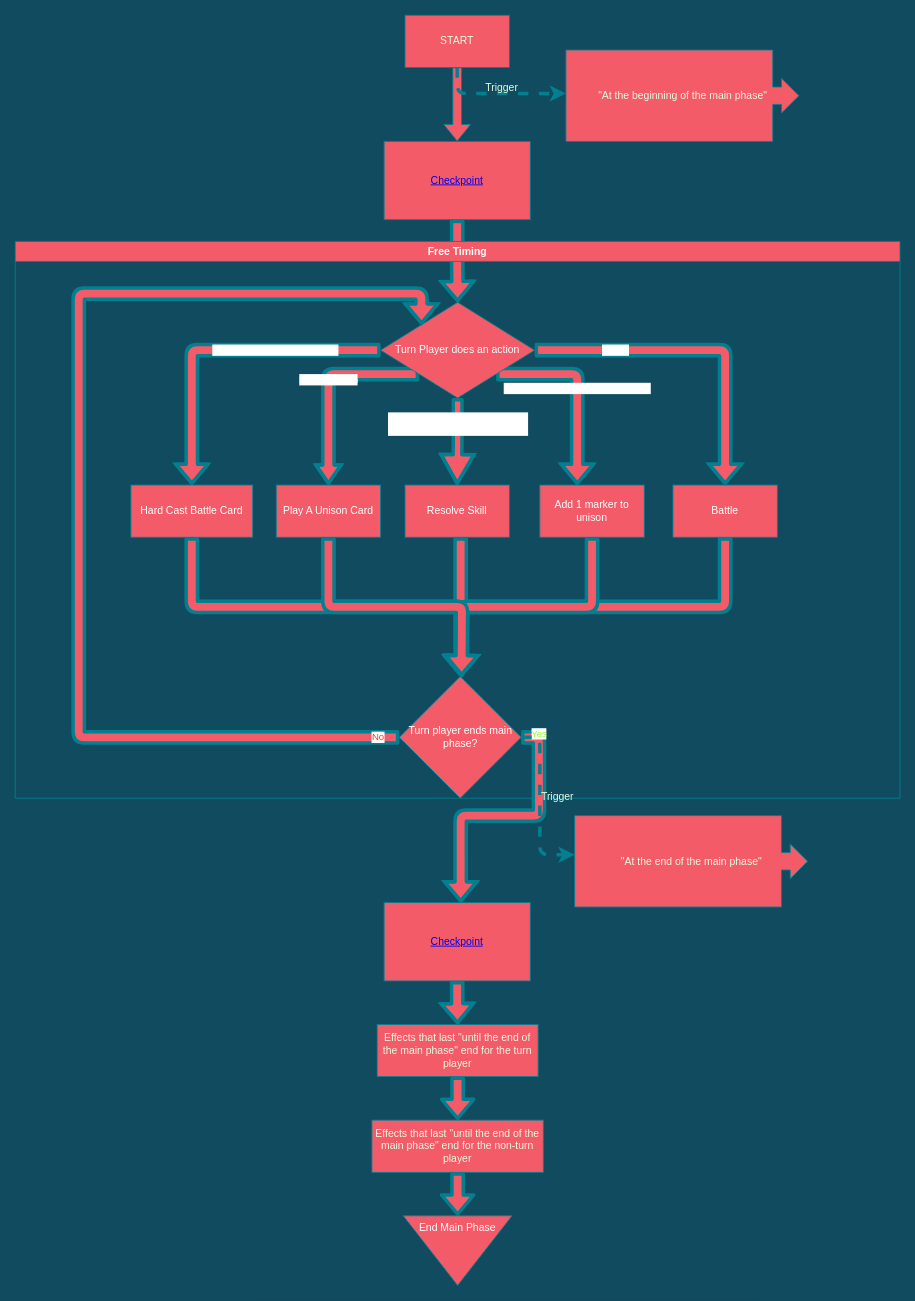
The draw.io diagram page "Main Phase" (4 of 8) of diagrams/timing.drawio in Slamerz/Dragon-Ball-Super-Rulings, before the edit. Source tidied: cells renumbered, new cells numbered last; positions are measured from the earlier drawing's top-left corner, leaving out a move shared by most shapes. Both pictures are drawn from the tidied source at 87%, with x=0, y=0 at pixel (15, 15).
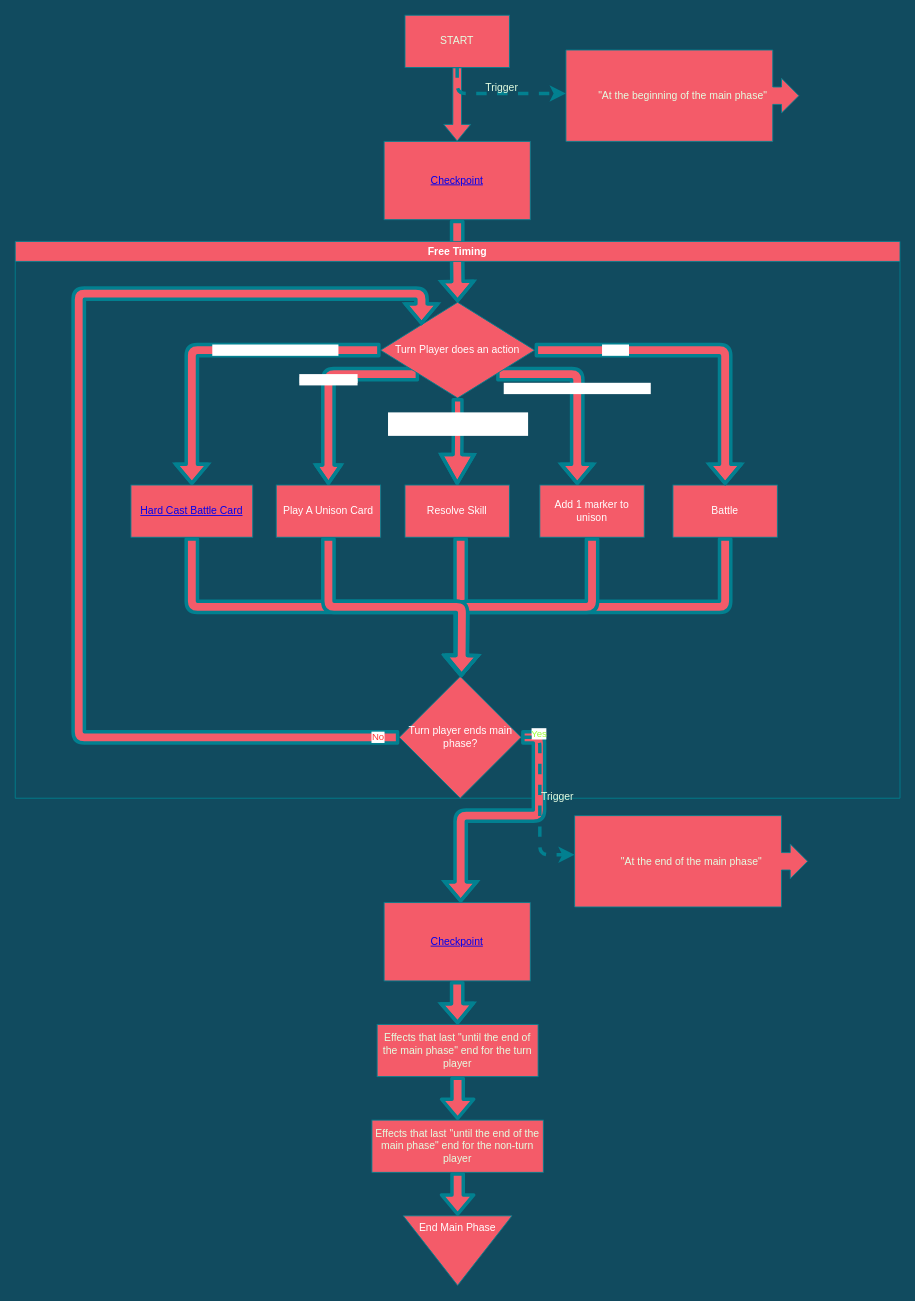
Above is the later version.

Commit message (it also covers changes not shown here):
Update timing.drawio Hard Cast Plays

The change refers to these unchanged cells:
```xml
<mxCell id="9" value="Free Timing" style="swimlane;rounded=0;labelBackgroundColor=none;sketch=0;fontColor=#FFFFFF;strokeColor=#028090;fillColor=#F45B69;" parent="1" vertex="1">
  <mxGeometry y="260" width="1017" height="640" as="geometry" />
</mxCell>
```

What changed in the source:
```diff
@@
-    <mxCell id="15" value="Hard Cast Battle Card" style="rounded=0;whiteSpace=wrap;html=1;labelBackgroundColor=none;sketch=0;fontColor=#FFFFFF;strokeColor=#028090;fillColor=#F45B69;" parent="9" vertex="1">
+    <mxCell id="15" value="&lt;a href=&quot;data:page/id,xC35FL6xaEvM9t3VuCav&quot;&gt;Hard Cast Battle Card&lt;/a&gt;" style="rounded=0;whiteSpace=wrap;html=1;labelBackgroundColor=none;sketch=0;fontColor=#FFFFFF;strokeColor=#028090;fillColor=#F45B69;" parent="9" vertex="1">
       <mxGeometry x="133" y="280" width="140" height="60" as="geometry" />
     </mxCell>
```
